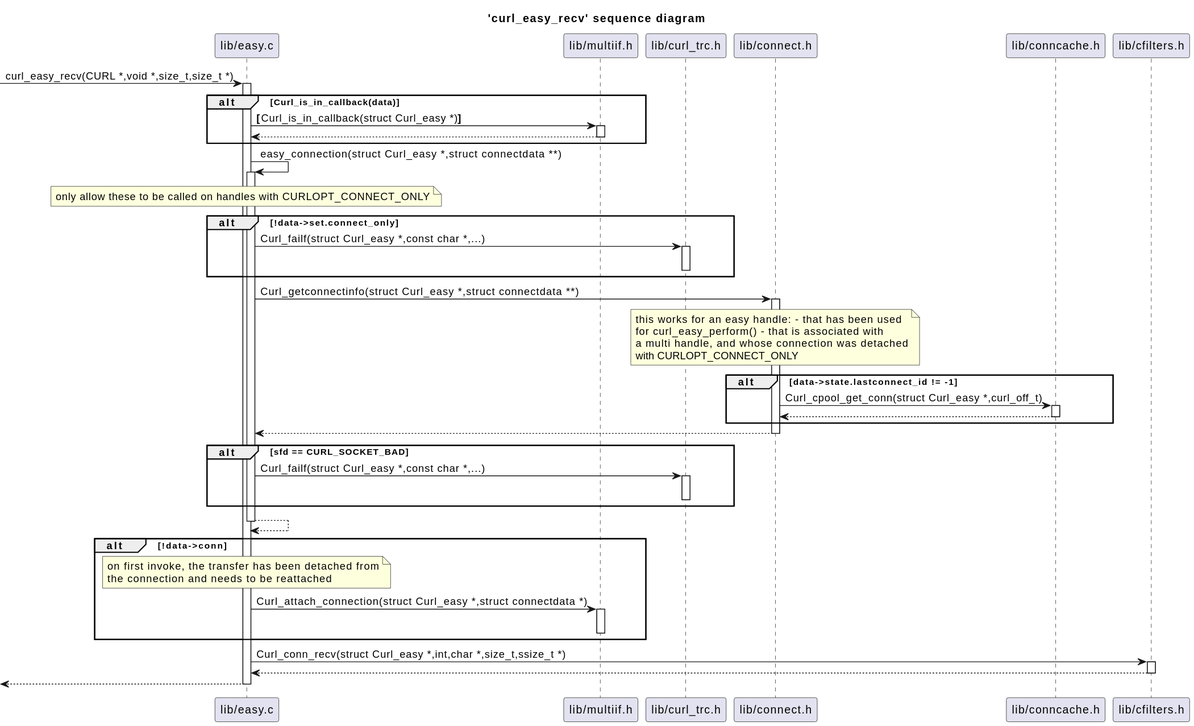
The PlantUML diagram curl/diagrams/curl_easy_recv.svg in bkryza/clang-uml-examples, before a commit. The source it was exported from:
```plantuml
@startuml
title 'curl_easy_recv' sequence diagram
participant "lib/easy.c" as C_0013686580212228222516
[-> C_0013686580212228222516 : curl_easy_recv(CURL *,void *,size_t,size_t *)
activate C_0013686580212228222516
alt Curl_is_in_callback(data)
participant "lib/multiif.h" as C_0015404815212323728686
C_0013686580212228222516 -> C_0015404815212323728686 [[https://github.com/curl/curl/blob/34cf9d54a46598c44938aa7598820484d7af7133/lib/easy.c#L1248{}]] : **[**Curl_is_in_callback(struct Curl_easy *)**]**
activate C_0015404815212323728686
C_0015404815212323728686 --> C_0013686580212228222516
deactivate C_0015404815212323728686
end
C_0013686580212228222516 -> C_0013686580212228222516 [[https://github.com/curl/curl/blob/34cf9d54a46598c44938aa7598820484d7af7133/lib/easy.c#L1251{}]] : easy_connection(struct Curl_easy *,struct connectdata **)
activate C_0013686580212228222516
note over C_0013686580212228222516
only allow these to be called on handles with CURLOPT_CONNECT_ONLY
end note
alt !data->set.connect_only
participant "lib/curl_trc.h" as C_0000898269797836910488
C_0013686580212228222516 -> C_0000898269797836910488 [[https://github.com/curl/curl/blob/34cf9d54a46598c44938aa7598820484d7af7133/lib/curl_trc.h#L63{}]] : Curl_failf(struct Curl_easy *,const char *,...)
activate C_0000898269797836910488
deactivate C_0000898269797836910488
end
participant "lib/connect.h" as C_0005794032207080335183
C_0013686580212228222516 -> C_0005794032207080335183 [[https://github.com/curl/curl/blob/34cf9d54a46598c44938aa7598820484d7af7133/lib/easy.c#L1226{}]] : Curl_getconnectinfo(struct Curl_easy *,struct connectdata **)
activate C_0005794032207080335183
note over C_0005794032207080335183
this works for an easy handle: - that has been used
for curl_easy_perform() - that is associated with
a multi handle, and whose connection was detached
with CURLOPT_CONNECT_ONLY
end note
alt data->state.lastconnect_id != -1
participant "lib/conncache.h" as C_0004378690360541439362
C_0005794032207080335183 -> C_0004378690360541439362 [[https://github.com/curl/curl/blob/34cf9d54a46598c44938aa7598820484d7af7133/lib/connect.c#L331{}]] : Curl_cpool_get_conn(struct Curl_easy *,curl_off_t)
activate C_0004378690360541439362
C_0004378690360541439362 --> C_0005794032207080335183
deactivate C_0004378690360541439362
end
C_0005794032207080335183 --> C_0013686580212228222516
deactivate C_0005794032207080335183
alt sfd == CURL_SOCKET_BAD
C_0013686580212228222516 -> C_0000898269797836910488 [[https://github.com/curl/curl/blob/34cf9d54a46598c44938aa7598820484d7af7133/lib/curl_trc.h#L63{}]] : Curl_failf(struct Curl_easy *,const char *,...)
activate C_0000898269797836910488
deactivate C_0000898269797836910488
end
C_0013686580212228222516 --> C_0013686580212228222516
deactivate C_0013686580212228222516
alt !data->conn
note over C_0013686580212228222516
on first invoke, the transfer has been detached from
the connection and needs to be reattached
end note
C_0013686580212228222516 -> C_0015404815212323728686 [[https://github.com/curl/curl/blob/34cf9d54a46598c44938aa7598820484d7af7133/lib/easy.c#L1258{}]] : Curl_attach_connection(struct Curl_easy *,struct connectdata *)
activate C_0015404815212323728686
deactivate C_0015404815212323728686
end
participant "lib/cfilters.h" as C_0007743543124327386475
C_0013686580212228222516 -> C_0007743543124327386475 [[https://github.com/curl/curl/blob/34cf9d54a46598c44938aa7598820484d7af7133/lib/easy.c#L1261{}]] : Curl_conn_recv(struct Curl_easy *,int,char *,size_t,ssize_t *)
activate C_0007743543124327386475
C_0007743543124327386475 --> C_0013686580212228222516
deactivate C_0007743543124327386475
[<-- C_0013686580212228222516
deactivate C_0013686580212228222516

@enduml
```
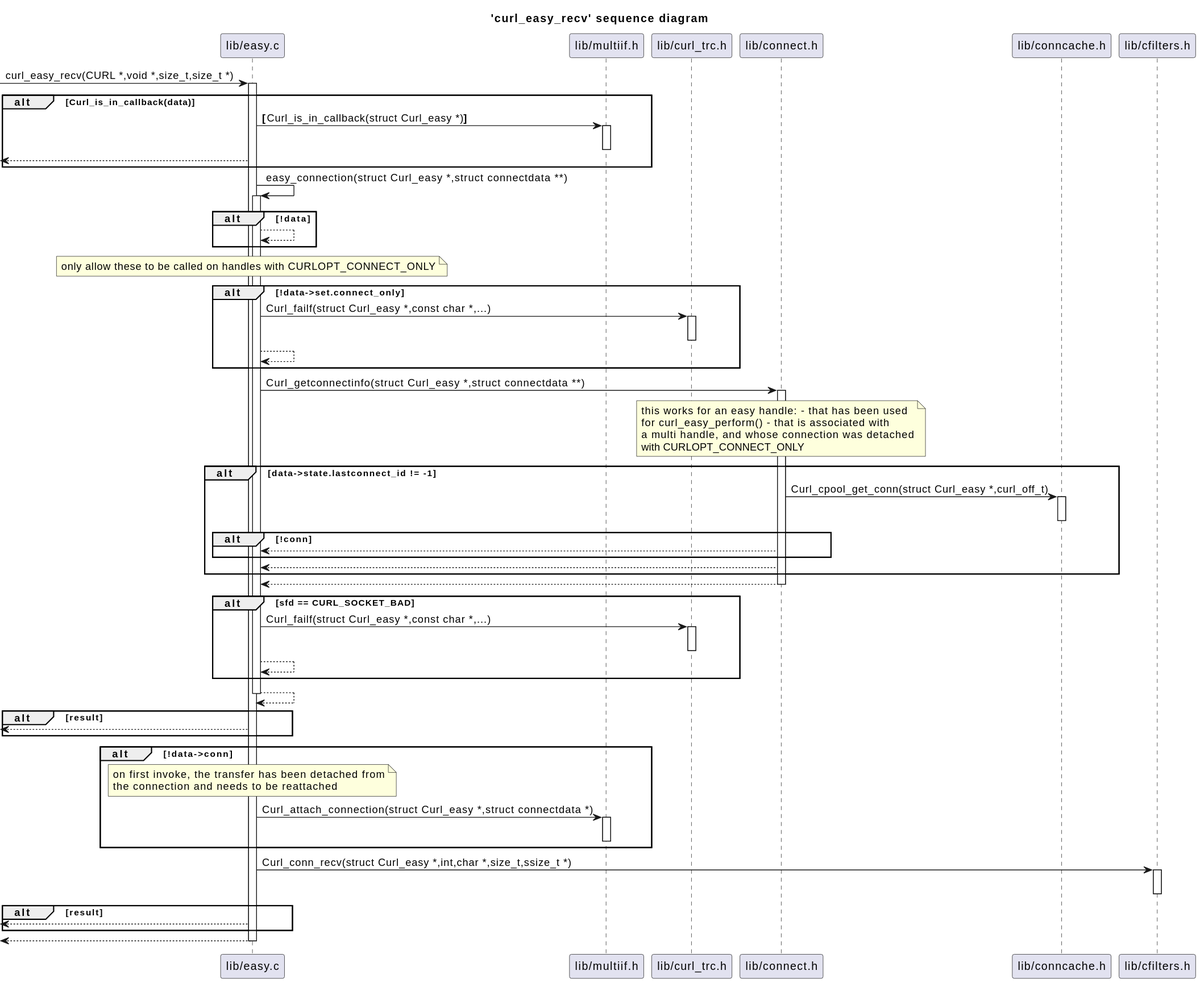
The same diagram one commit later.

The edit, as a diff of the source:
```diff
@@ -7,11 +7,14 @@
 participant "lib/multiif.h" as C_0015404815212323728686
 C_0013686580212228222516 -> C_0015404815212323728686 [[https://github.com/curl/curl/blob/34cf9d54a46598c44938aa7598820484d7af7133/lib/easy.c#L1248{}]] : **[**Curl_is_in_callback(struct Curl_easy *)**]**
 activate C_0015404815212323728686
-C_0015404815212323728686 --> C_0013686580212228222516
 deactivate C_0015404815212323728686
+[<-- C_0013686580212228222516
 end
 C_0013686580212228222516 -> C_0013686580212228222516 [[https://github.com/curl/curl/blob/34cf9d54a46598c44938aa7598820484d7af7133/lib/easy.c#L1251{}]] : easy_connection(struct Curl_easy *,struct connectdata **)
 activate C_0013686580212228222516
+alt !data
+C_0013686580212228222516 --> C_0013686580212228222516
+end
 note over C_0013686580212228222516
 only allow these to be called on handles with CURLOPT_CONNECT_ONLY
 end note
@@ -20,6 +23,7 @@
 C_0013686580212228222516 -> C_0000898269797836910488 [[https://github.com/curl/curl/blob/34cf9d54a46598c44938aa7598820484d7af7133/lib/curl_trc.h#L63{}]] : Curl_failf(struct Curl_easy *,const char *,...)
 activate C_0000898269797836910488
 deactivate C_0000898269797836910488
+C_0013686580212228222516 --> C_0013686580212228222516
 end
 participant "lib/connect.h" as C_0005794032207080335183
 C_0013686580212228222516 -> C_0005794032207080335183 [[https://github.com/curl/curl/blob/34cf9d54a46598c44938aa7598820484d7af7133/lib/easy.c#L1226{}]] : Curl_getconnectinfo(struct Curl_easy *,struct connectdata **)
@@ -34,8 +38,11 @@
 participant "lib/conncache.h" as C_0004378690360541439362
 C_0005794032207080335183 -> C_0004378690360541439362 [[https://github.com/curl/curl/blob/34cf9d54a46598c44938aa7598820484d7af7133/lib/connect.c#L331{}]] : Curl_cpool_get_conn(struct Curl_easy *,curl_off_t)
 activate C_0004378690360541439362
-C_0004378690360541439362 --> C_0005794032207080335183
 deactivate C_0004378690360541439362
+alt !conn
+C_0005794032207080335183 --> C_0013686580212228222516
+end
+C_0005794032207080335183 --> C_0013686580212228222516
 end
 C_0005794032207080335183 --> C_0013686580212228222516
 deactivate C_0005794032207080335183
@@ -43,9 +50,13 @@
 C_0013686580212228222516 -> C_0000898269797836910488 [[https://github.com/curl/curl/blob/34cf9d54a46598c44938aa7598820484d7af7133/lib/curl_trc.h#L63{}]] : Curl_failf(struct Curl_easy *,const char *,...)
 activate C_0000898269797836910488
 deactivate C_0000898269797836910488
+C_0013686580212228222516 --> C_0013686580212228222516
 end
 C_0013686580212228222516 --> C_0013686580212228222516
 deactivate C_0013686580212228222516
+alt result
+[<-- C_0013686580212228222516
+end
 alt !data->conn
 note over C_0013686580212228222516
 on first invoke, the transfer has been detached from
@@ -58,8 +69,10 @@
 participant "lib/cfilters.h" as C_0007743543124327386475
 C_0013686580212228222516 -> C_0007743543124327386475 [[https://github.com/curl/curl/blob/34cf9d54a46598c44938aa7598820484d7af7133/lib/easy.c#L1261{}]] : Curl_conn_recv(struct Curl_easy *,int,char *,size_t,ssize_t *)
 activate C_0007743543124327386475
-C_0007743543124327386475 --> C_0013686580212228222516
 deactivate C_0007743543124327386475
+alt result
+[<-- C_0013686580212228222516
+end
 [<-- C_0013686580212228222516
 deactivate C_0013686580212228222516
 
```
